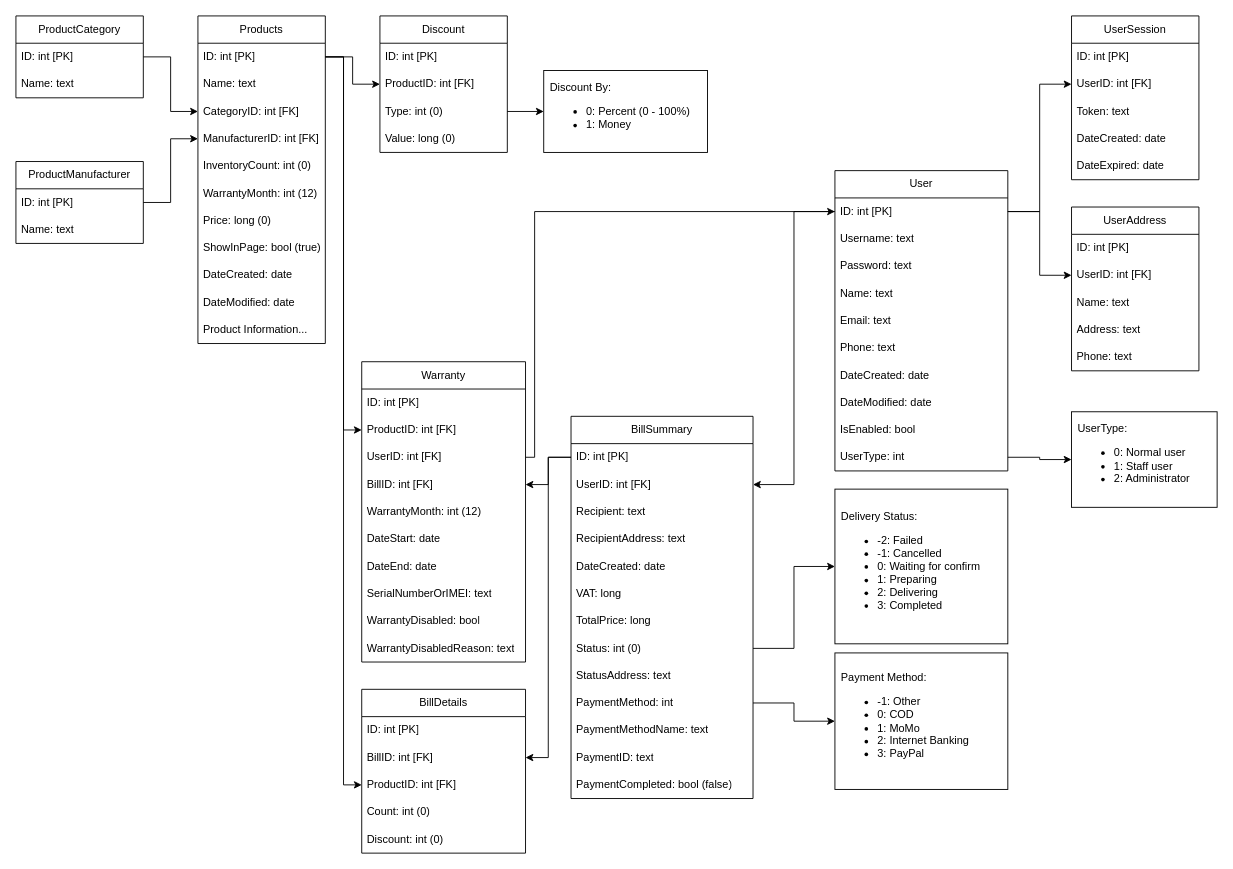
The draw.io diagram docs/PhoneStoreManager.drawio in ZoeMeow1027/capstone-project, before the edit. Source tidied: cells renumbered, new cells numbered last; positions are measured from the earlier drawing's top-left corner, leaving out a move shared by most shapes. Both pictures are drawn from the tidied source at 91%, with x=0, y=0 at pixel (15, 15).
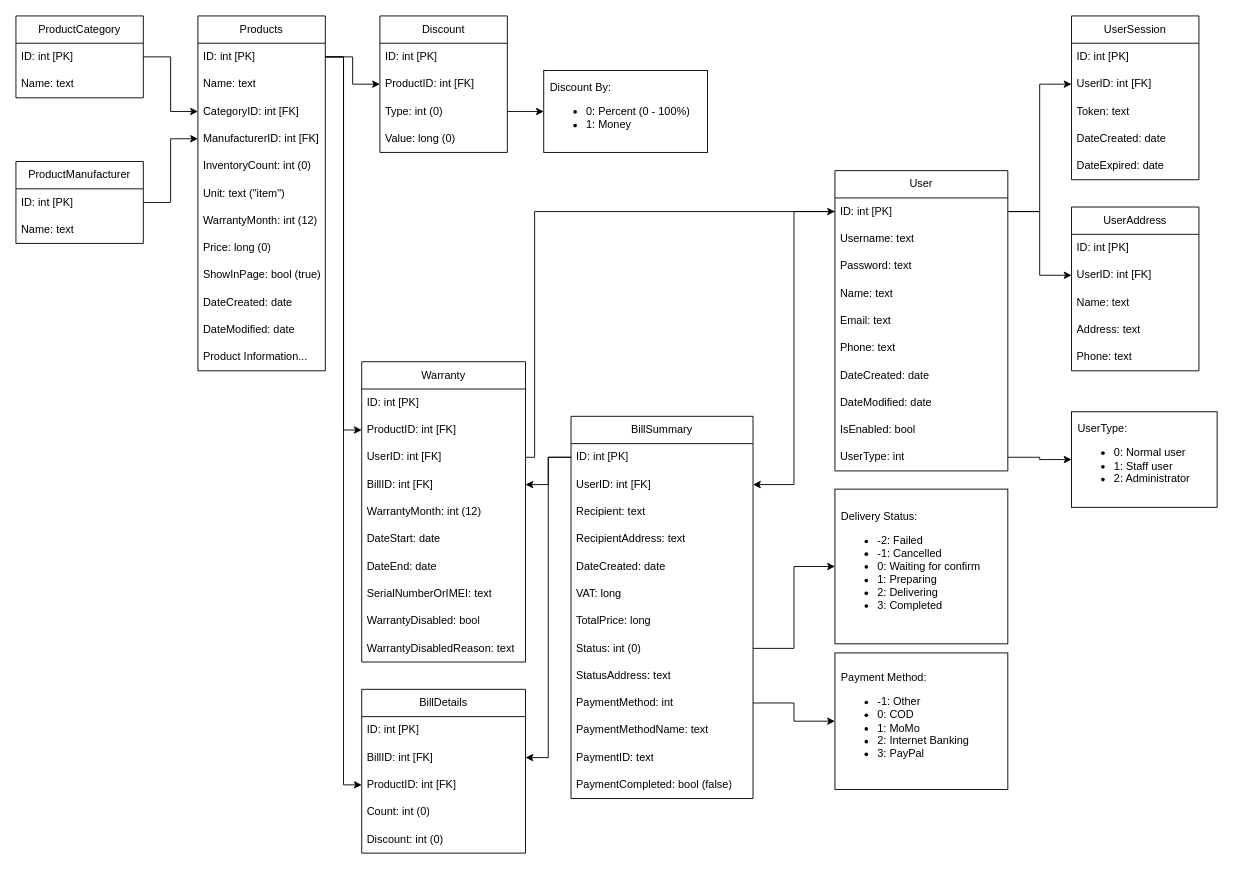
The same page after the edit.

Change to the diagram source:
```diff
@@
     <mxCell id="2" value="Products" style="swimlane;fontStyle=0;horizontal=1;startSize=30;whiteSpace=wrap;html=1;" parent="1" vertex="1">
-      <mxGeometry x="200" width="140" height="360" as="geometry" />
+      <mxGeometry x="200" width="140" height="390" as="geometry" />
     </mxCell>
@@
+    <mxCell id="98" value="Unit: text (&quot;item&quot;)" style="text;strokeColor=none;fillColor=none;align=left;verticalAlign=middle;spacingLeft=4;spacingRight=4;overflow=hidden;whiteSpace=wrap;html=1;" parent="2" vertex="1">
+      <mxGeometry y="180" width="140" height="30" as="geometry" />
+    </mxCell>
     <mxCell id="8" value="WarrantyMonth: int (12)" style="text;strokeColor=none;fillColor=none;align=left;verticalAlign=middle;spacingLeft=4;spacingRight=4;overflow=hidden;whiteSpace=wrap;html=1;" parent="2" vertex="1">
-      <mxGeometry y="180" width="140" height="30" as="geometry" />
+      <mxGeometry y="210" width="140" height="30" as="geometry" />
     </mxCell>
     <mxCell id="9" value="Price: long (0)" style="text;strokeColor=none;fillColor=none;align=left;verticalAlign=middle;spacingLeft=4;spacingRight=4;overflow=hidden;whiteSpace=wrap;html=1;" parent="2" vertex="1">
-      <mxGeometry y="210" width="140" height="30" as="geometry" />
+      <mxGeometry y="240" width="140" height="30" as="geometry" />
     </mxCell>
     <mxCell id="10" value="ShowInPage: bool (true)" style="text;strokeColor=none;fillColor=none;align=left;verticalAlign=middle;spacingLeft=4;spacingRight=4;overflow=hidden;whiteSpace=wrap;html=1;" parent="2" vertex="1">
-      <mxGeometry y="240" width="140" height="30" as="geometry" />
+      <mxGeometry y="270" width="140" height="30" as="geometry" />
     </mxCell>
     <mxCell id="11" value="DateCreated: date" style="text;strokeColor=none;fillColor=none;align=left;verticalAlign=middle;spacingLeft=4;spacingRight=4;overflow=hidden;whiteSpace=wrap;html=1;" parent="2" vertex="1">
-      <mxGeometry y="270" width="140" height="30" as="geometry" />
+      <mxGeometry y="300" width="140" height="30" as="geometry" />
     </mxCell>
     <mxCell id="12" value="DateModified: date" style="text;strokeColor=none;fillColor=none;align=left;verticalAlign=middle;spacingLeft=4;spacingRight=4;overflow=hidden;whiteSpace=wrap;html=1;" parent="2" vertex="1">
-      <mxGeometry y="300" width="140" height="30" as="geometry" />
+      <mxGeometry y="330" width="140" height="30" as="geometry" />
     </mxCell>
     <mxCell id="13" value="Product Information..." style="text;strokeColor=none;fillColor=none;align=left;verticalAlign=middle;spacingLeft=4;spacingRight=4;overflow=hidden;whiteSpace=wrap;html=1;" parent="2" vertex="1">
-      <mxGeometry y="330" width="140" height="30" as="geometry" />
+      <mxGeometry y="360" width="140" height="30" as="geometry" />
     </mxCell>
```
